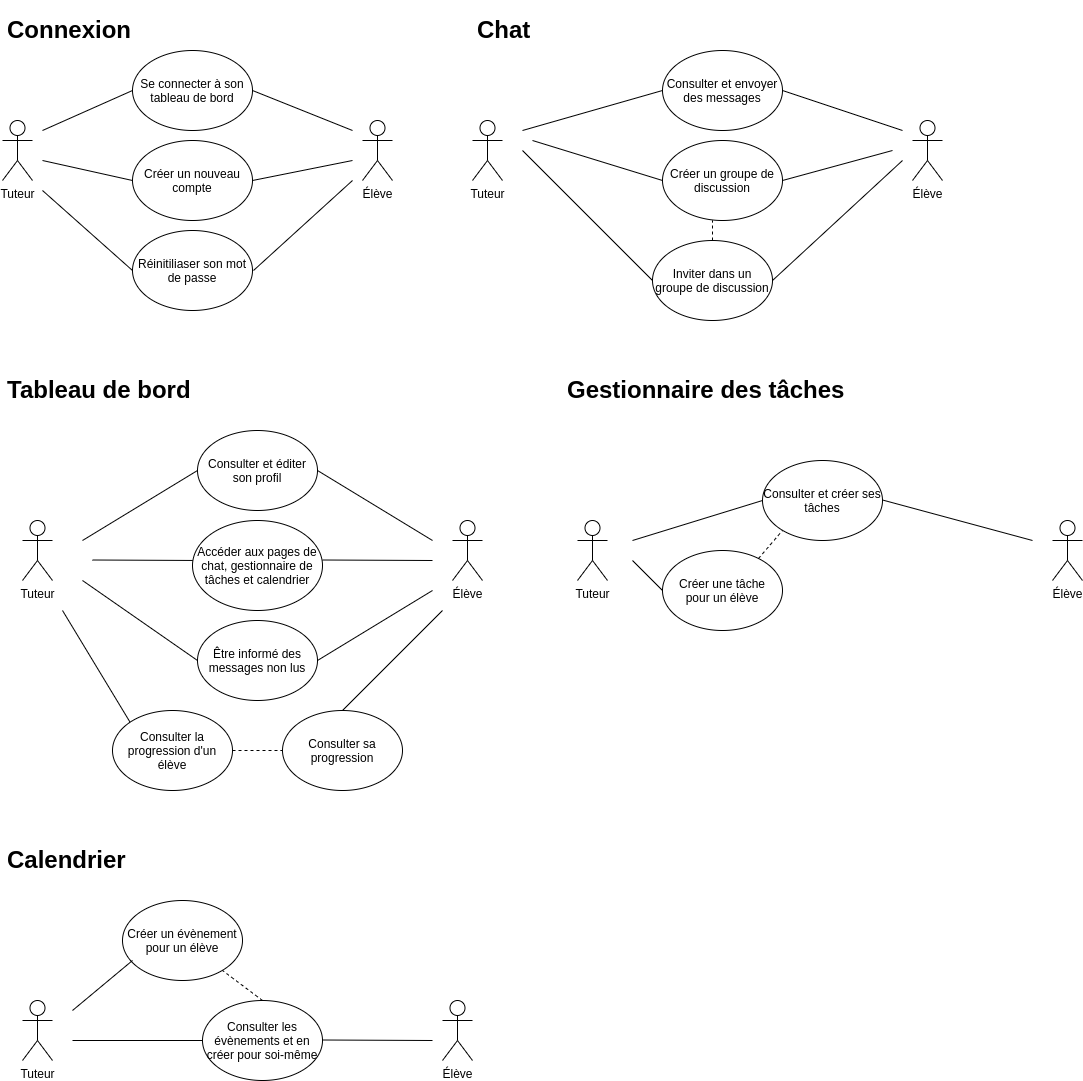
This is use_cases.drawio.png from josayko-courses/LearnAtHome, a draw.io export, as it was before one commit. Source tidied: cells renumbered, new cells last; positions are measured from the earlier drawing's top-left corner, leaving out a move shared by most shapes.
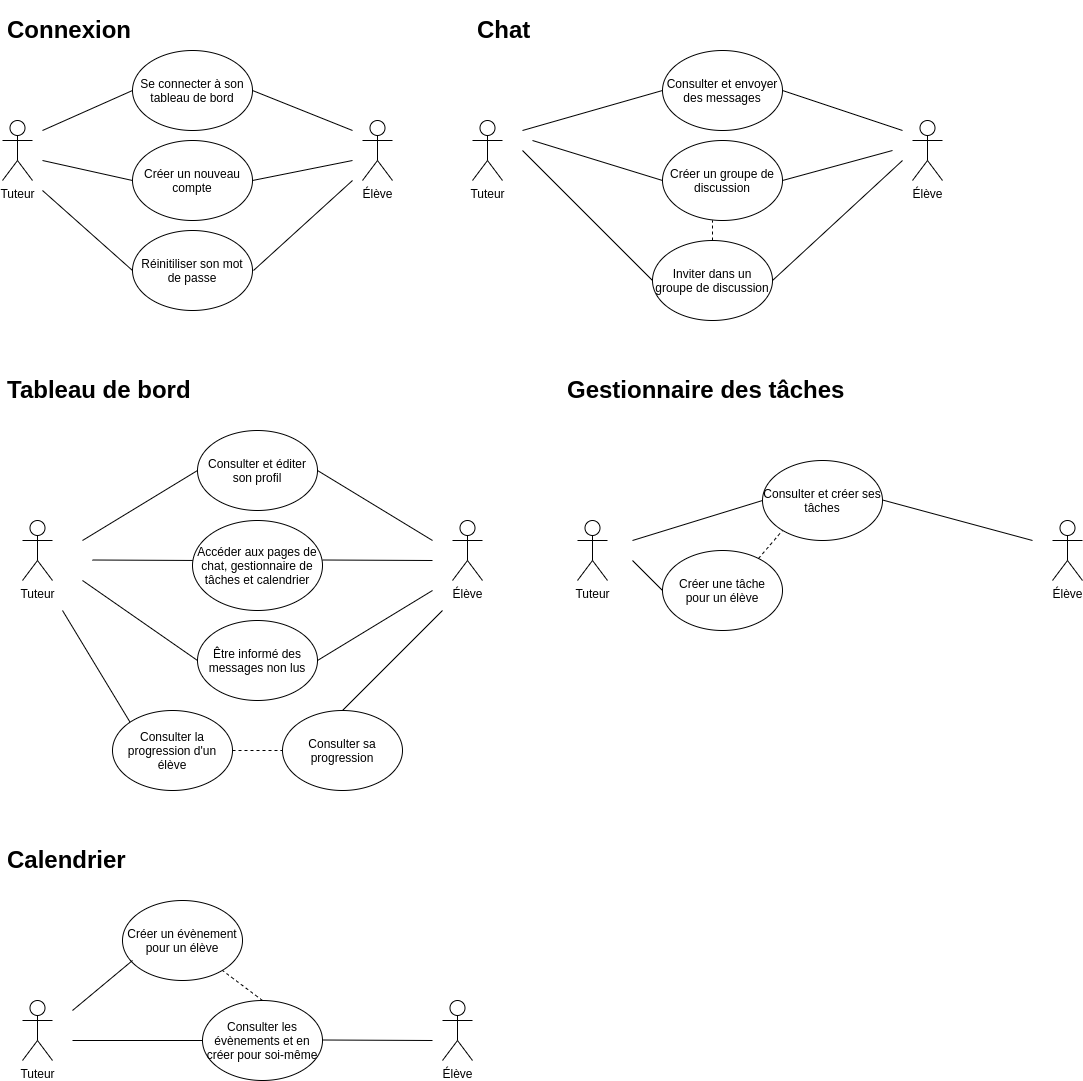
After the commit.

The edit, as a diff of the source:
```diff
@@ -14,7 +14,7 @@
     <mxCell id="5" value="Se connecter à son tableau de bord" style="ellipse;whiteSpace=wrap;html=1;" parent="1" vertex="1">
       <mxGeometry x="130" y="40" width="120" height="80" as="geometry" />
     </mxCell>
-    <mxCell id="6" value="Réinitiliaser son mot de passe" style="ellipse;whiteSpace=wrap;html=1;" parent="1" vertex="1">
+    <mxCell id="6" value="Réinitiliser son mot de passe" style="ellipse;whiteSpace=wrap;html=1;" parent="1" vertex="1">
       <mxGeometry x="130" y="220" width="120" height="80" as="geometry" />
     </mxCell>
     <mxCell id="7" value="Créer un nouveau compte" style="ellipse;whiteSpace=wrap;html=1;" parent="1" vertex="1">
```
